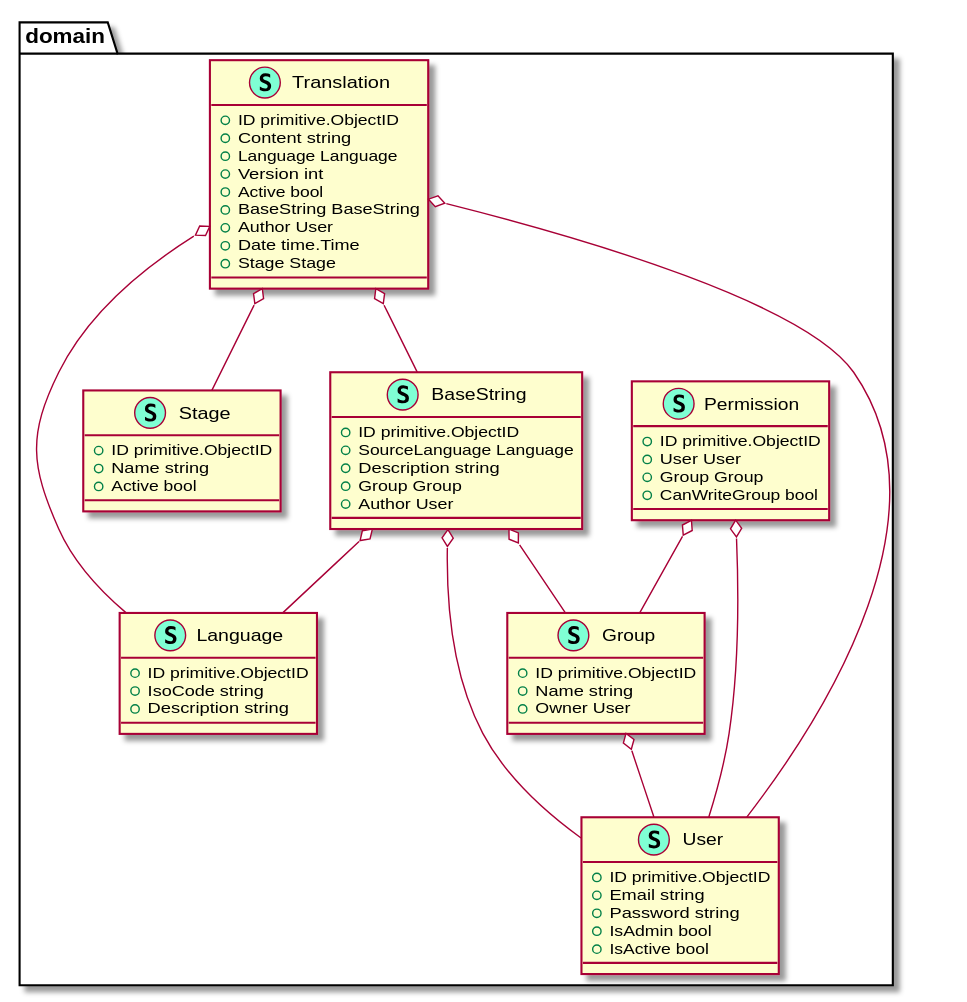
This is backend/assets/dist/UmlDiagram.svg from cafeteru/LocalizeMe, a PlantUML export, as it was before one commit.
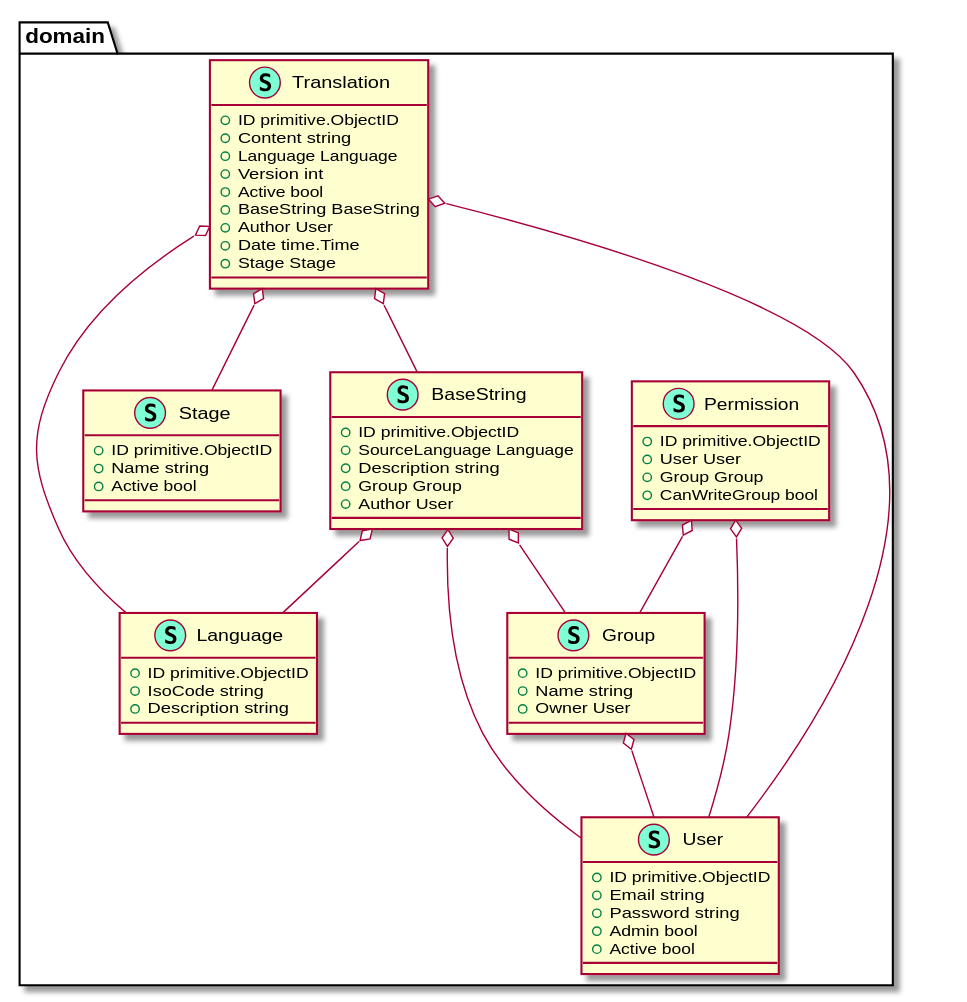
After the change.

What changed in the source:
```diff
@@ -49,8 +49,8 @@
         + ID primitive.ObjectID
         + Email string
         + Password string
-        + IsAdmin bool
-        + IsActive bool
+        + Admin bool
+        + Active bool
 
     }
 }
```
